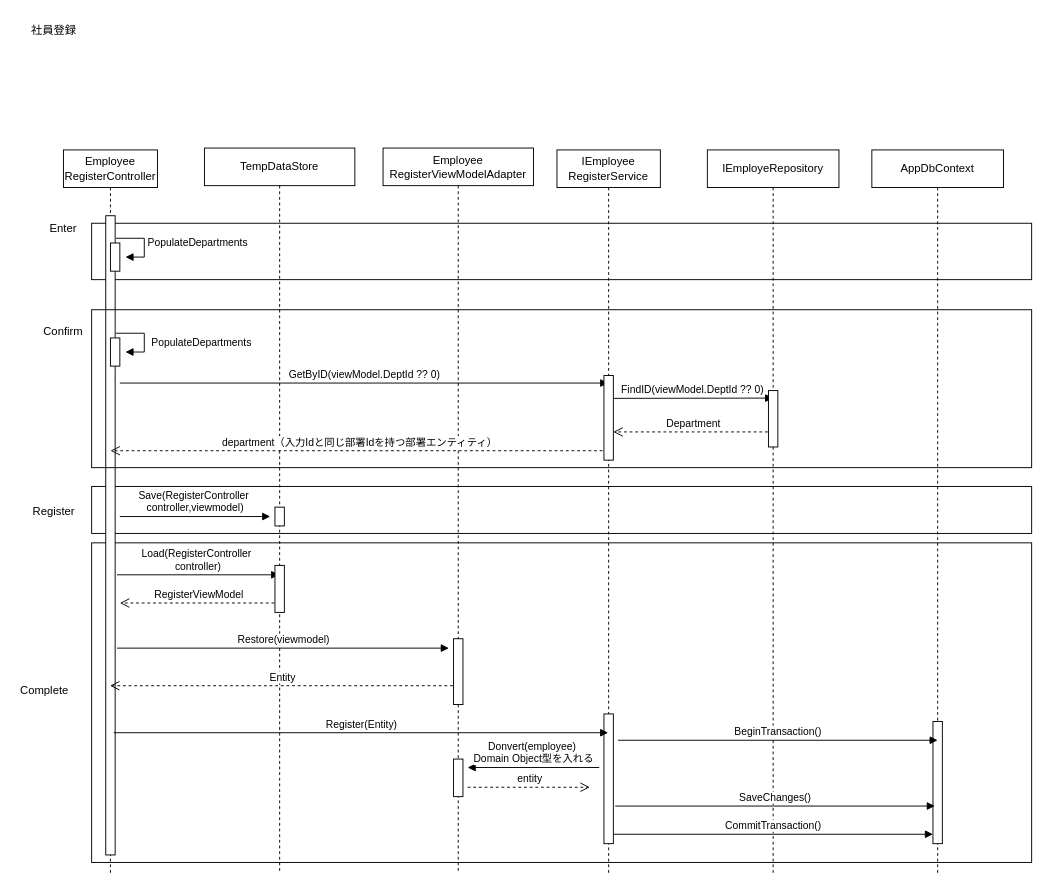
Suzaki-0420/csharp_training_202605 keeps this draw.io diagram as docs/02_design/シーケンス図 (9).drawio. Above is the earlier version. Source tidied: cells renumbered, new cells numbered last; positions are measured from the earlier drawing's top-left corner, leaving out a move shared by most shapes. Both pictures are drawn from the tidied source at 94%, with x=0, y=0 at pixel (16, 16).
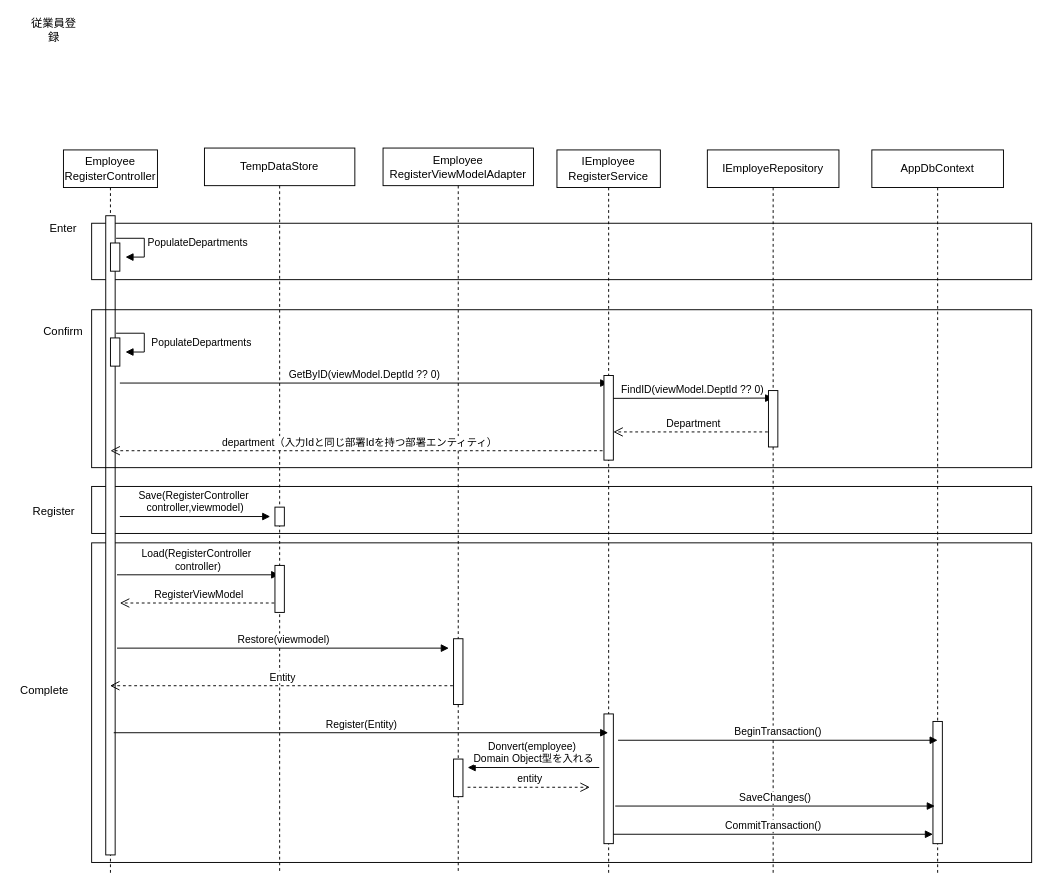
The same page after the edit.

The edit, as a diff of the source:
```diff
@@
-    <mxCell id="31" value="社員登録" style="text;html=1;whiteSpace=wrap;strokeColor=none;fillColor=none;align=center;verticalAlign=middle;rounded=0;" parent="1" vertex="1">
+    <mxCell id="31" value="従業員登録" style="text;html=1;whiteSpace=wrap;strokeColor=none;fillColor=none;align=center;verticalAlign=middle;rounded=0;" parent="1" vertex="1">
       <mxGeometry x="10" width="60" height="30" as="geometry" />
     </mxCell>
```
